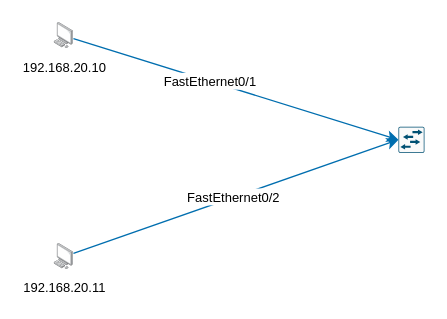
The draw.io diagram schema.drawio in bcdesignsystems/bc-sign-infra-prep, before the edit. Source tidied: cells renumbered, new cells numbered last; positions are measured from the earlier drawing's top-left corner, leaving out a move shared by most shapes. Both pictures are drawn from the tidied source at 130%, with x=0, y=0 at pixel (53, 22).
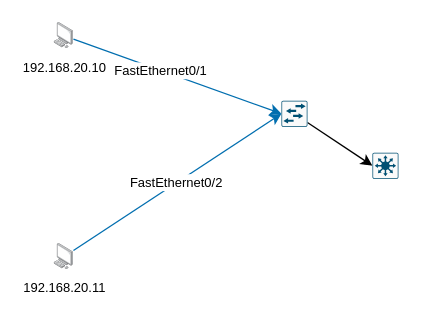
After the change.

Change to the diagram source:
```diff
@@
 <mxGraphModel>
   <root>
     <mxCell id="0" />
     <mxCell id="1" parent="0" />
     <mxCell id="2" style="edgeStyle=none;html=1;entryX=0;entryY=0.5;entryDx=0;entryDy=0;entryPerimeter=0;fillColor=#1ba1e2;strokeColor=#006EAF;" parent="1" edge="1" source="4" target="8">
       <mxGeometry relative="1" as="geometry" />
     </mxCell>
     <mxCell id="3" value="&lt;font style=&quot;font-size: 10px;&quot;&gt;FastEthernet0/1&lt;/font&gt;" style="edgeLabel;html=1;align=center;verticalAlign=middle;" parent="2" vertex="1">
       <mxGeometry x="-0.17" relative="1" as="geometry" />
     </mxCell>
     <mxCell id="4" value="&lt;font style=&quot;font-size: 10px;&quot;&gt;192.168.20.10&lt;/font&gt;" style="points=[];html=1;align=center;shadow=0;dashed=0;image;image=img/lib/allied_telesis/computer_and_terminals/Personal_Computer.svg;" parent="1" vertex="1">
       <mxGeometry x="0.2" width="14.8" height="20" as="geometry" />
     </mxCell>
     <mxCell id="5" style="edgeStyle=none;html=1;entryX=0;entryY=0.5;entryDx=0;entryDy=0;entryPerimeter=0;fillColor=#1ba1e2;strokeColor=#006EAF;" parent="1" edge="1" source="7" target="8">
       <mxGeometry relative="1" as="geometry" />
     </mxCell>
     <mxCell id="6" value="&lt;font style=&quot;font-size: 10px;&quot;&gt;FastEthernet0/2&lt;/font&gt;" style="edgeLabel;html=1;align=center;verticalAlign=middle;" parent="5" vertex="1">
       <mxGeometry x="-0.02" y="1" relative="1" as="geometry" />
     </mxCell>
     <mxCell id="7" value="&lt;font style=&quot;font-size: 10px;&quot;&gt;192.168.20.11&lt;/font&gt;" style="points=[];html=1;align=center;shadow=0;dashed=0;image;image=img/lib/allied_telesis/computer_and_terminals/Personal_Computer.svg;" parent="1" vertex="1">
       <mxGeometry x="0.2" y="170" width="14.8" height="20" as="geometry" />
     </mxCell>
+    <mxCell id="9" style="edgeStyle=none;html=1;entryX=0;entryY=0.5;entryDx=0;entryDy=0;entryPerimeter=0;" parent="1" edge="1" source="8" target="10">
+      <mxGeometry relative="1" as="geometry" />
+    </mxCell>
     <mxCell id="8" style="sketch=0;points=[[0.015,0.015,0],[0.985,0.015,0],[0.985,0.985,0],[0.015,0.985,0],[0.25,0,0],[0.5,0,0],[0.75,0,0],[1,0.25,0],[1,0.5,0],[1,0.75,0],[0.75,1,0],[0.5,1,0],[0.25,1,0],[0,0.75,0],[0,0.5,0],[0,0.25,0]];verticalLabelPosition=bottom;html=1;verticalAlign=top;align=center;shape=mxgraph.cisco19.rect;prIcon=l2_switch;fillColor=#FAFAFA;strokeColor=#005073;" parent="1" vertex="1">
-      <mxGeometry x="265" y="80" width="20" height="20" as="geometry" />
+      <mxGeometry x="175" y="60" width="20" height="20" as="geometry" />
     </mxCell>
+    <mxCell id="10" style="sketch=0;points=[[0.015,0.015,0],[0.985,0.015,0],[0.985,0.985,0],[0.015,0.985,0],[0.25,0,0],[0.5,0,0],[0.75,0,0],[1,0.25,0],[1,0.5,0],[1,0.75,0],[0.75,1,0],[0.5,1,0],[0.25,1,0],[0,0.75,0],[0,0.5,0],[0,0.25,0]];verticalLabelPosition=bottom;html=1;verticalAlign=top;align=center;shape=mxgraph.cisco19.rect;prIcon=l3_switch;fillColor=#FAFAFA;strokeColor=#005073;" parent="1" vertex="1">
+      <mxGeometry x="245" y="100" width="20" height="20" as="geometry" />
+    </mxCell>
   </root>
 </mxGraphModel>
```
